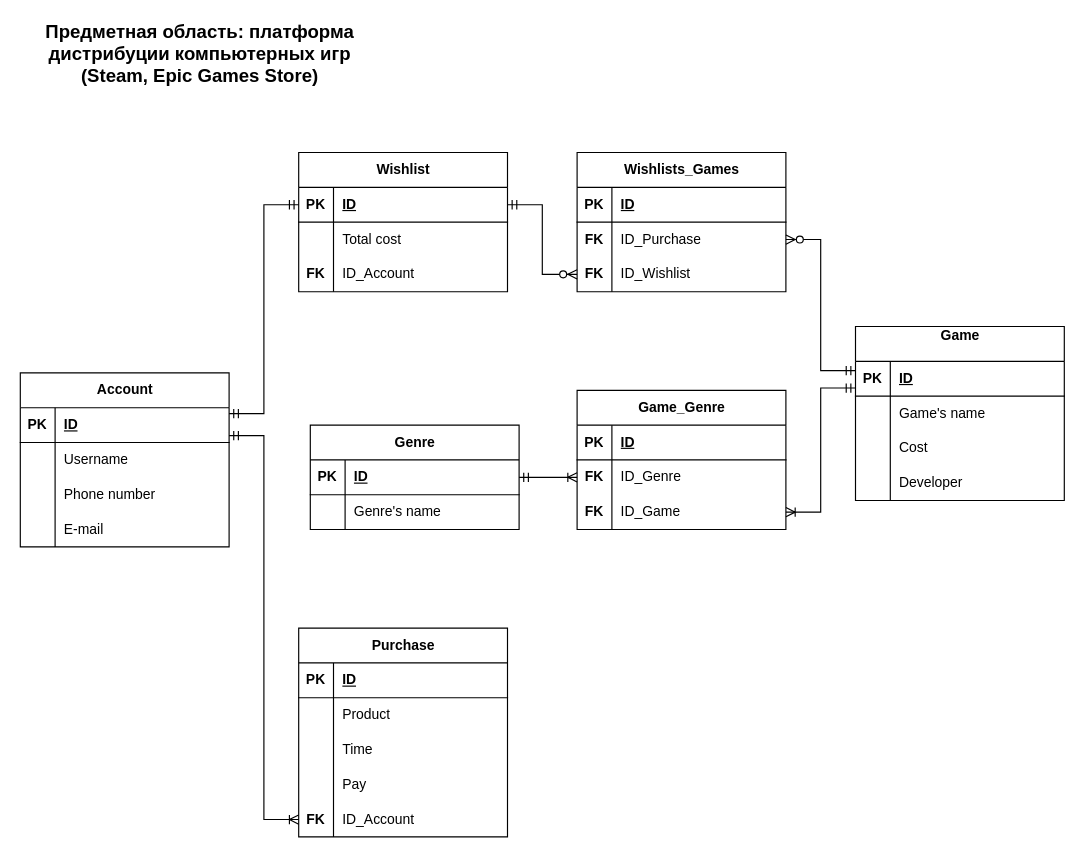
Begaliev-Kirill/Database-basics keeps this draw.io diagram as Homework1-DB.drawio. Above is the earlier version. Source tidied: cells renumbered, new cells numbered last; positions are measured from the earlier drawing's top-left corner, leaving out a move shared by most shapes. Both pictures are drawn from the tidied source at 116%, with x=0, y=0 at pixel (20, 36).
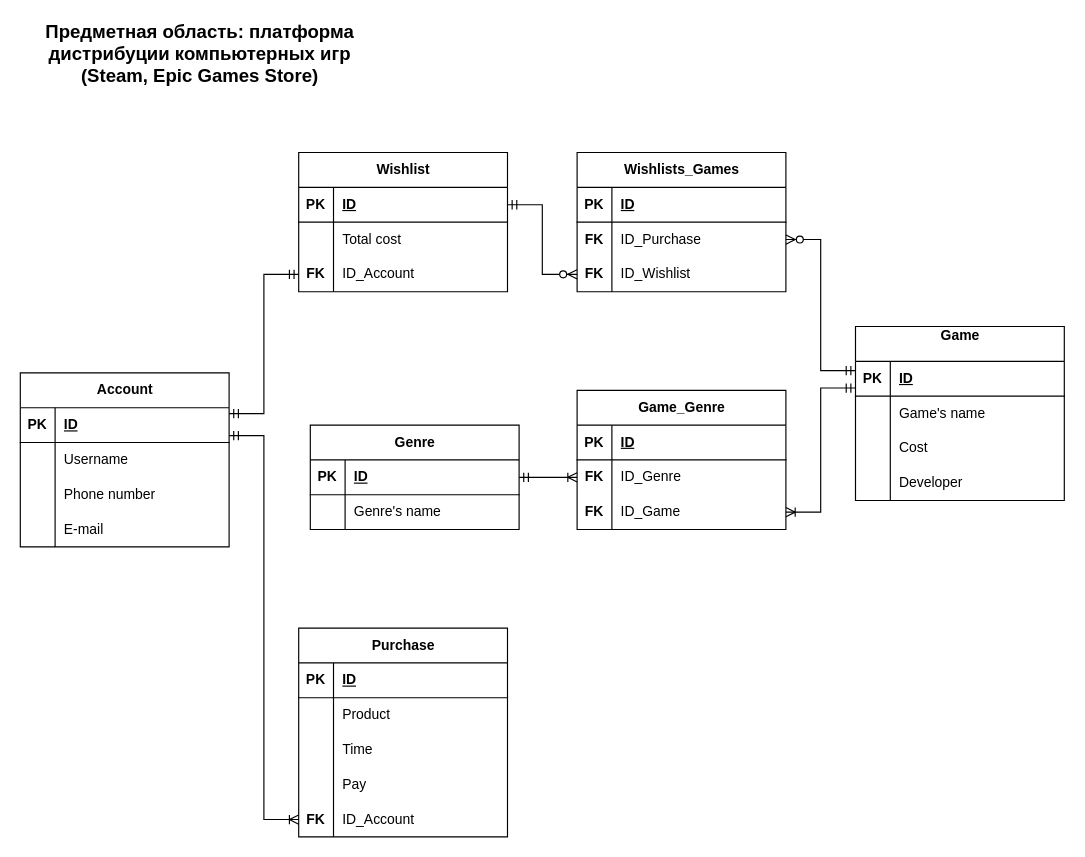
After the change.

The change refers to these unchanged cells:
```xml
<mxCell id="4" style="shape=tableRow;horizontal=0;startSize=0;swimlaneHead=0;swimlaneBody=0;fillColor=none;points=[[0,0.5],[1,0.5]];portConstraint=eastwest;top=0;left=0;right=0;bottom=1;" parent="3" vertex="1">
  <mxGeometry y="30" width="180" height="30" as="geometry" />
</mxCell>
<mxCell id="44" style="shape=tableRow;horizontal=0;startSize=0;swimlaneHead=0;swimlaneBody=0;fillColor=none;points=[[0,0.5],[1,0.5]];portConstraint=eastwest;top=0;left=0;right=0;bottom=1;" parent="43" vertex="1">
  <mxGeometry y="30" width="180" height="30" as="geometry" />
</mxCell>
<mxCell id="50" style="shape=tableRow;horizontal=0;startSize=0;swimlaneHead=0;swimlaneBody=0;fillColor=none;points=[[0,0.5],[1,0.5]];portConstraint=eastwest;top=0;left=0;right=0;bottom=0;" parent="43" vertex="1">
  <mxGeometry y="90" width="180" height="30" as="geometry" />
</mxCell>
```

The edit, as a diff of the source:
```diff
@@
-    <mxCell id="53" style="edgeStyle=entityRelationEdgeStyle;fontSize=12;html=1;endArrow=ERmandOne;startArrow=ERmandOne;rounded=0;exitX=1;exitY=0.167;exitDx=0;exitDy=0;exitPerimeter=0;entryX=0;entryY=0.5;entryDx=0;entryDy=0;" parent="1" edge="1" source="4" target="44">
+    <mxCell id="53" style="edgeStyle=entityRelationEdgeStyle;fontSize=12;html=1;endArrow=ERmandOne;startArrow=ERmandOne;rounded=0;exitX=1;exitY=0.167;exitDx=0;exitDy=0;exitPerimeter=0;entryX=0;entryY=0.5;entryDx=0;entryDy=0;" parent="1" edge="1" source="4" target="50">
       <mxGeometry relative="1" as="geometry">
         <Array as="points">
           <mxPoint x="315" y="255" />
         </Array>
       </mxGeometry>
     </mxCell>
```
